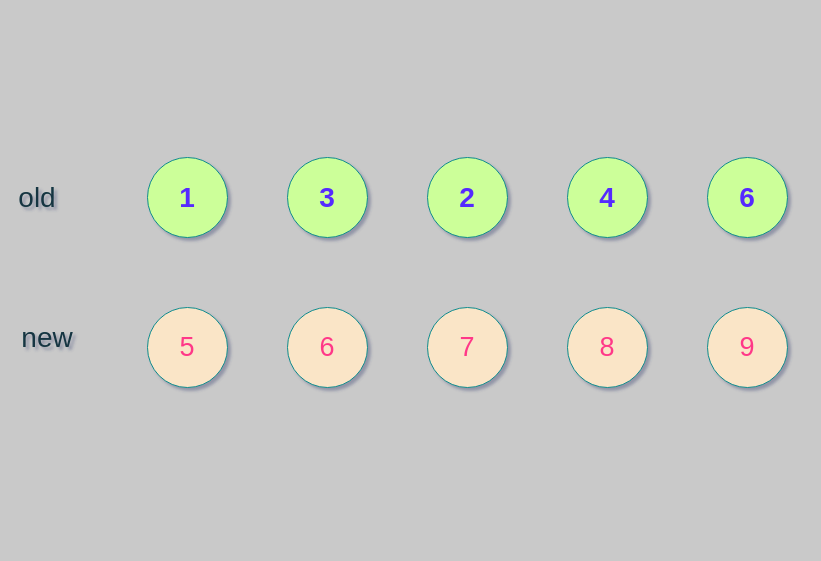
vuejs/vue keeps this draw.io diagram as page "第 1 页" (1 of 2) of src/core/vdom/test.drawio. Above is the earlier version. Source tidied: cells renumbered, new cells numbered last; positions are measured from the earlier drawing's top-left corner, leaving out a move shared by most shapes. Both pictures are drawn from the tidied source at 100%, with x=0, y=0 at pixel (17, 157).
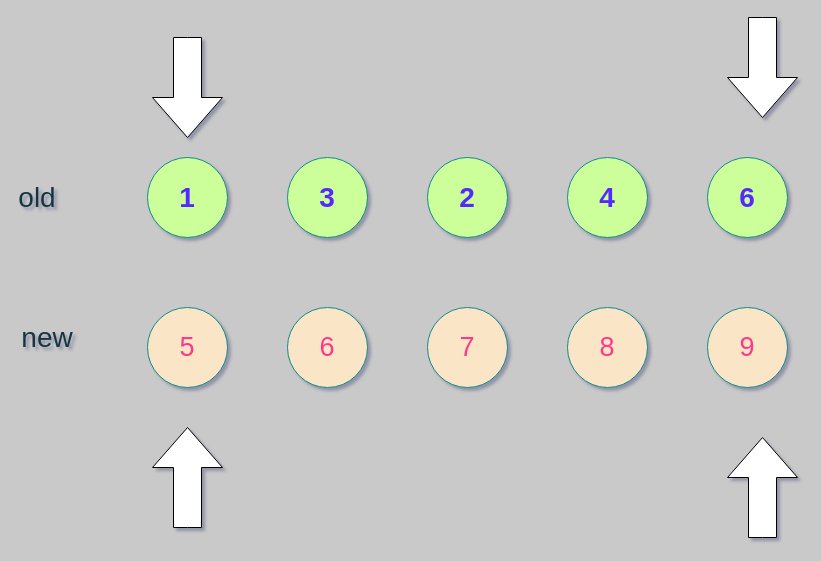
Above is the later version.

Change to the diagram source:
```diff
@@
 <mxGraphModel background="#C9C9C9" shadow="1">
   <root>
     <mxCell id="0" />
     <mxCell id="1" parent="0" />
     <mxCell id="2" value="&lt;font style=&quot;font-size: 28px&quot; color=&quot;#5429ff&quot;&gt;&lt;b&gt;1&lt;/b&gt;&lt;/font&gt;" style="ellipse;whiteSpace=wrap;html=1;strokeColor=#0F8B8D;flipV=0;flipH=1;fontColor=#143642;fillColor=#CCFF99;" parent="1" vertex="1">
       <mxGeometry x="130" width="80" height="80" as="geometry" />
     </mxCell>
     <mxCell id="3" value="&lt;font color=&quot;#5429ff&quot;&gt;&lt;span style=&quot;font-size: 28px&quot;&gt;&lt;b&gt;3&lt;/b&gt;&lt;/span&gt;&lt;/font&gt;" style="ellipse;whiteSpace=wrap;html=1;strokeColor=#0F8B8D;flipV=0;flipH=1;fontColor=#143642;fillColor=#CCFF99;" parent="1" vertex="1">
       <mxGeometry x="270" width="80" height="80" as="geometry" />
     </mxCell>
     <mxCell id="4" value="&lt;font color=&quot;#5429ff&quot;&gt;&lt;span style=&quot;font-size: 28px&quot;&gt;&lt;b&gt;6&lt;/b&gt;&lt;/span&gt;&lt;/font&gt;" style="ellipse;whiteSpace=wrap;html=1;strokeColor=#0F8B8D;flipV=0;flipH=1;fontColor=#143642;fillColor=#CCFF99;" parent="1" vertex="1">
       <mxGeometry x="690" width="80" height="80" as="geometry" />
     </mxCell>
     <mxCell id="5" value="&lt;b style=&quot;color: rgb(84 , 41 , 255) ; font-size: 28px&quot;&gt;4&lt;/b&gt;" style="ellipse;whiteSpace=wrap;html=1;strokeColor=#0F8B8D;flipV=0;flipH=1;fontColor=#143642;fillColor=#CCFF99;" parent="1" vertex="1">
       <mxGeometry x="550" width="80" height="80" as="geometry" />
     </mxCell>
     <mxCell id="6" value="&lt;b style=&quot;color: rgb(84 , 41 , 255) ; font-size: 28px&quot;&gt;2&lt;/b&gt;" style="ellipse;whiteSpace=wrap;html=1;strokeColor=#0F8B8D;flipV=0;flipH=1;fontColor=#143642;fillColor=#CCFF99;" parent="1" vertex="1">
       <mxGeometry x="410" width="80" height="80" as="geometry" />
     </mxCell>
     <mxCell id="7" value="&lt;font style=&quot;font-size: 27px&quot; color=&quot;#ff3888&quot;&gt;5&lt;/font&gt;" style="ellipse;whiteSpace=wrap;html=1;fillColor=#FAE5C7;strokeColor=#0F8B8D;flipH=1;flipV=0;fontColor=#143642;" parent="1" vertex="1">
       <mxGeometry x="130" y="150" width="80" height="80" as="geometry" />
     </mxCell>
     <mxCell id="8" value="&lt;span style=&quot;color: rgb(255 , 56 , 136) ; font-size: 27px&quot;&gt;6&lt;/span&gt;" style="ellipse;whiteSpace=wrap;html=1;fillColor=#FAE5C7;strokeColor=#0F8B8D;flipH=1;flipV=0;fontColor=#143642;" parent="1" vertex="1">
       <mxGeometry x="270" y="150" width="80" height="80" as="geometry" />
     </mxCell>
     <mxCell id="9" value="&lt;span style=&quot;color: rgb(255 , 56 , 136) ; font-size: 27px&quot;&gt;9&lt;/span&gt;" style="ellipse;whiteSpace=wrap;html=1;fillColor=#FAE5C7;strokeColor=#0F8B8D;flipH=1;flipV=0;fontColor=#143642;" parent="1" vertex="1">
       <mxGeometry x="690" y="150" width="80" height="80" as="geometry" />
     </mxCell>
     <mxCell id="10" value="&lt;span style=&quot;color: rgb(255 , 56 , 136) ; font-size: 27px&quot;&gt;8&lt;/span&gt;" style="ellipse;whiteSpace=wrap;html=1;fillColor=#FAE5C7;strokeColor=#0F8B8D;flipH=1;flipV=0;fontColor=#143642;" parent="1" vertex="1">
       <mxGeometry x="550" y="150" width="80" height="80" as="geometry" />
     </mxCell>
     <mxCell id="11" value="&lt;span style=&quot;color: rgb(255 , 56 , 136) ; font-size: 27px&quot;&gt;7&lt;/span&gt;" style="ellipse;whiteSpace=wrap;html=1;fillColor=#FAE5C7;strokeColor=#0F8B8D;flipH=1;flipV=0;fontColor=#143642;" parent="1" vertex="1">
       <mxGeometry x="410" y="150" width="80" height="80" as="geometry" />
     </mxCell>
     <mxCell id="12" value="&lt;font style=&quot;font-size: 28px&quot;&gt;old&lt;/font&gt;" style="text;html=1;strokeColor=none;fillColor=none;align=center;verticalAlign=middle;whiteSpace=wrap;flipV=0;flipH=1;fontColor=#143642;" parent="1" vertex="1">
       <mxGeometry y="30" width="40" height="20" as="geometry" />
     </mxCell>
     <mxCell id="13" value="&lt;font style=&quot;font-size: 28px&quot;&gt;new&lt;/font&gt;" style="text;html=1;strokeColor=none;fillColor=none;align=center;verticalAlign=middle;whiteSpace=wrap;flipV=0;flipH=1;fontColor=#143642;" parent="1" vertex="1">
       <mxGeometry x="10" y="170" width="40" height="20" as="geometry" />
     </mxCell>
+    <mxCell id="14" style="html=1;shadow=0;dashed=0;align=center;verticalAlign=middle;shape=mxgraph.arrows2.arrow;dy=0.6;dx=40;direction=south;notch=0;" parent="1" vertex="1">
+      <mxGeometry x="710" y="-140" width="70" height="100" as="geometry" />
+    </mxCell>
+    <mxCell id="15" style="html=1;shadow=0;dashed=0;align=center;verticalAlign=middle;shape=mxgraph.arrows2.arrow;dy=0.6;dx=40;direction=south;notch=0;" parent="1" vertex="1">
+      <mxGeometry x="135" y="-120" width="70" height="100" as="geometry" />
+    </mxCell>
+    <mxCell id="16" style="html=1;shadow=0;dashed=0;align=center;verticalAlign=middle;shape=mxgraph.arrows2.arrow;dy=0.6;dx=40;direction=north;notch=0;" parent="1" vertex="1">
+      <mxGeometry x="135" y="270" width="70" height="100" as="geometry" />
+    </mxCell>
+    <mxCell id="17" style="edgeStyle=orthogonalEdgeStyle;rounded=0;jettySize=auto;html=1;exitX=0;exitY=0;exitDx=60;exitDy=49;exitPerimeter=0;" parent="1" edge="1" source="18">
+      <mxGeometry relative="1" as="geometry">
+        <mxPoint x="740" y="290" as="targetPoint" />
+      </mxGeometry>
+    </mxCell>
+    <mxCell id="18" style="html=1;shadow=0;dashed=0;align=center;verticalAlign=middle;shape=mxgraph.arrows2.arrow;dy=0.6;dx=40;direction=north;notch=0;" parent="1" vertex="1">
+      <mxGeometry x="710" y="280" width="70" height="100" as="geometry" />
+    </mxCell>
   </root>
 </mxGraphModel>
```
